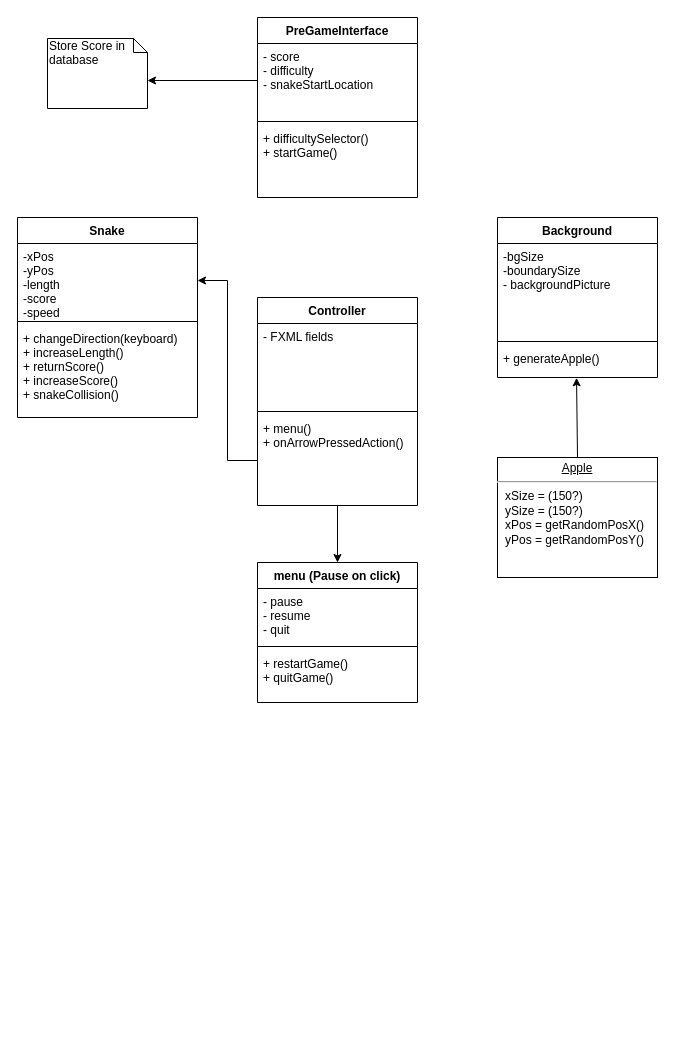
Earlier version of the draw.io diagram SnakeDiagram.drawio (Spexon/Snake-2.0). Source tidied: cells renumbered, new cells numbered last; positions are measured from the earlier drawing's top-left corner, leaving out a move shared by most shapes. Both pictures are drawn from the tidied source at 100%, with x=0, y=0 at pixel (17, 17).
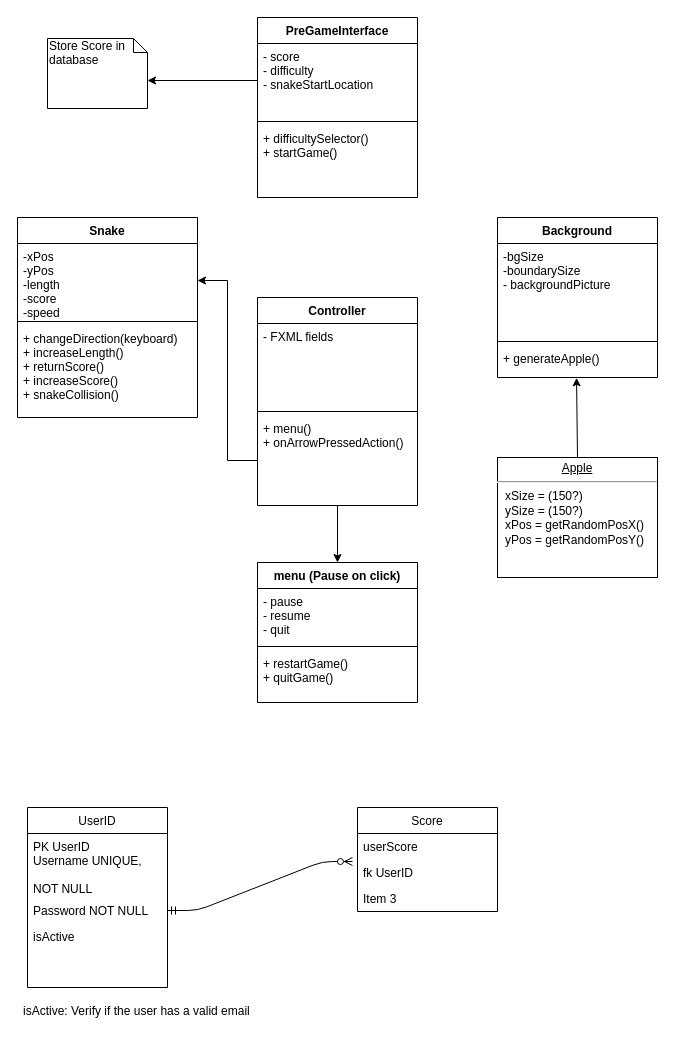
The same page after the edit.

Commit message (it also covers changes not shown here):
Fixed nullptr exception, snake moves on screen

The edit, as a diff of the source:
```diff
@@
+    <mxCell id="28" value="UserID" style="swimlane;fontStyle=0;horizontal=1;startSize=26;fillColor=none;" parent="1" vertex="1">
+      <mxGeometry x="10" y="790" width="140" height="180" as="geometry" />
+    </mxCell>
+    <mxCell id="29" value="PK UserID&#10;Username UNIQUE, &#10;&#10;NOT NULL&#10;" style="text;strokeColor=none;fillColor=none;align=left;verticalAlign=top;spacingLeft=4;spacingRight=4;overflow=hidden;" parent="28" vertex="1">
+      <mxGeometry y="26" width="140" height="64" as="geometry" />
+    </mxCell>
+    <mxCell id="30" value="Password NOT NULL" style="text;strokeColor=none;fillColor=none;align=left;verticalAlign=top;spacingLeft=4;spacingRight=4;overflow=hidden;points=[[0,0.5],[1,0.5]];portConstraint=eastwest;" parent="28" vertex="1">
+      <mxGeometry y="90" width="140" height="26" as="geometry" />
+    </mxCell>
+    <mxCell id="31" value="isActive&#10;" style="text;strokeColor=none;fillColor=none;align=left;verticalAlign=top;spacingLeft=4;spacingRight=4;overflow=hidden;" parent="28" vertex="1">
+      <mxGeometry y="116" width="140" height="64" as="geometry" />
+    </mxCell>
+    <mxCell id="32" value="Score" style="swimlane;fontStyle=0;horizontal=1;startSize=26;fillColor=none;" parent="1" vertex="1">
+      <mxGeometry x="340" y="790" width="140" height="104" as="geometry" />
+    </mxCell>
+    <mxCell id="33" value="userScore" style="text;strokeColor=none;fillColor=none;align=left;verticalAlign=top;spacingLeft=4;spacingRight=4;overflow=hidden;" parent="32" vertex="1">
+      <mxGeometry y="26" width="140" height="26" as="geometry" />
+    </mxCell>
+    <mxCell id="34" value="fk UserID" style="text;strokeColor=none;fillColor=none;align=left;verticalAlign=top;spacingLeft=4;spacingRight=4;overflow=hidden;points=[[0,0.5],[1,0.5]];portConstraint=eastwest;" parent="32" vertex="1">
+      <mxGeometry y="52" width="140" height="26" as="geometry" />
+    </mxCell>
+    <mxCell id="35" value="Item 3" style="text;strokeColor=none;fillColor=none;align=left;verticalAlign=top;spacingLeft=4;spacingRight=4;overflow=hidden;" parent="32" vertex="1">
+      <mxGeometry y="78" width="140" height="26" as="geometry" />
+    </mxCell>
+    <mxCell id="36" value="isActive: Verify if the user has a valid email" style="text;strokeColor=none;fillColor=none;spacingLeft=4;spacingRight=4;overflow=hidden;fontSize=12;" parent="1" vertex="1">
+      <mxGeometry y="980" width="250" height="30" as="geometry" />
+    </mxCell>
+    <mxCell id="37" style="edgeStyle=entityRelationEdgeStyle;fontSize=12;html=1;endArrow=ERzeroToMany;startArrow=ERmandOne;exitX=1;exitY=0.5;exitDx=0;exitDy=0;entryX=-0.036;entryY=0.077;entryDx=0;entryDy=0;entryPerimeter=0;" parent="1" edge="1" source="30" target="34">
+      <mxGeometry relative="1" as="geometry" />
+    </mxCell>
```
